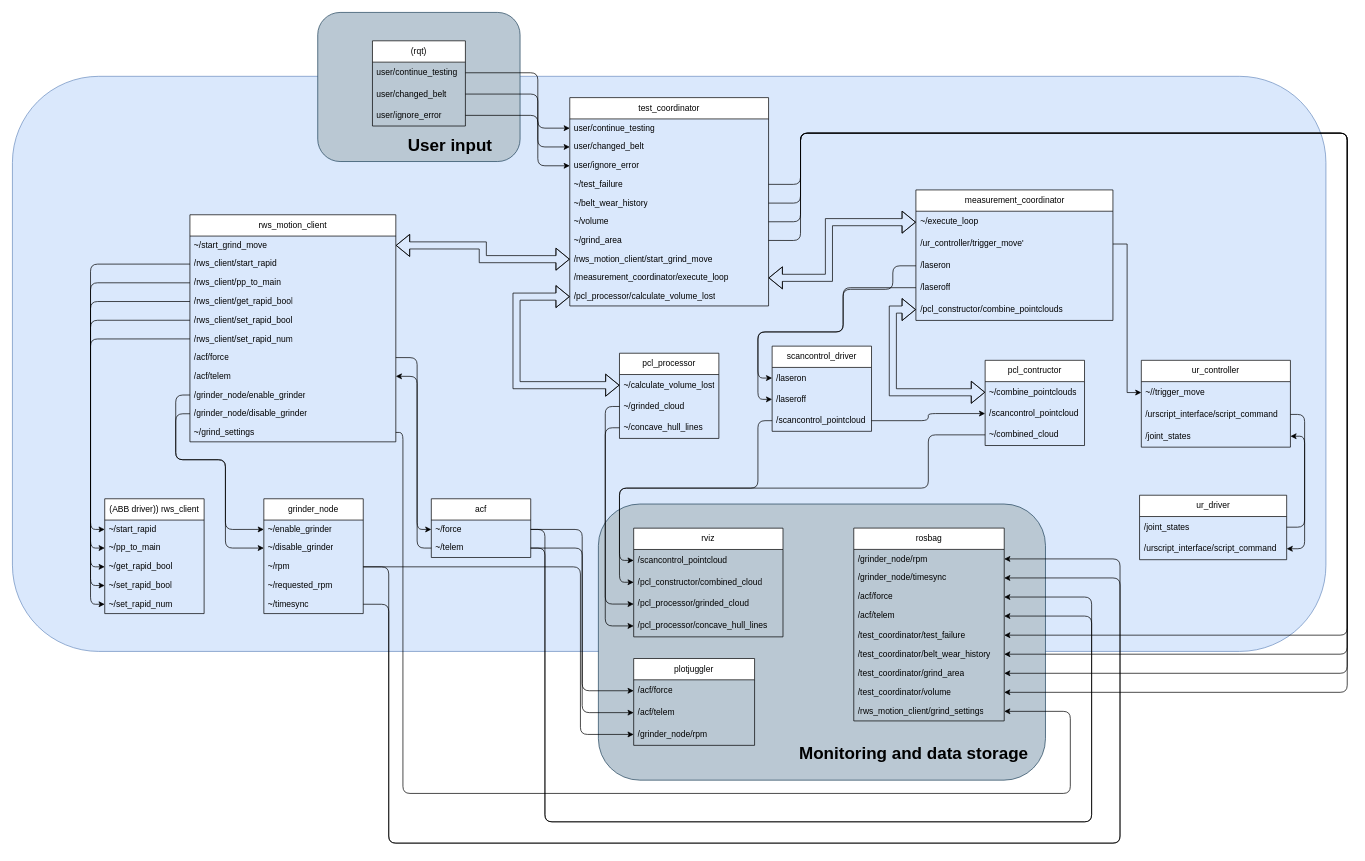
Before: OverviewV2.drawio in Luka140/drawio_graphs, a draw.io diagram. Source tidied: cells renumbered, new cells numbered last; positions are measured from the earlier drawing's top-left corner, leaving out a move shared by most shapes. Both pictures are drawn from the tidied source at 71%, with x=0, y=0 at pixel (12, 12).
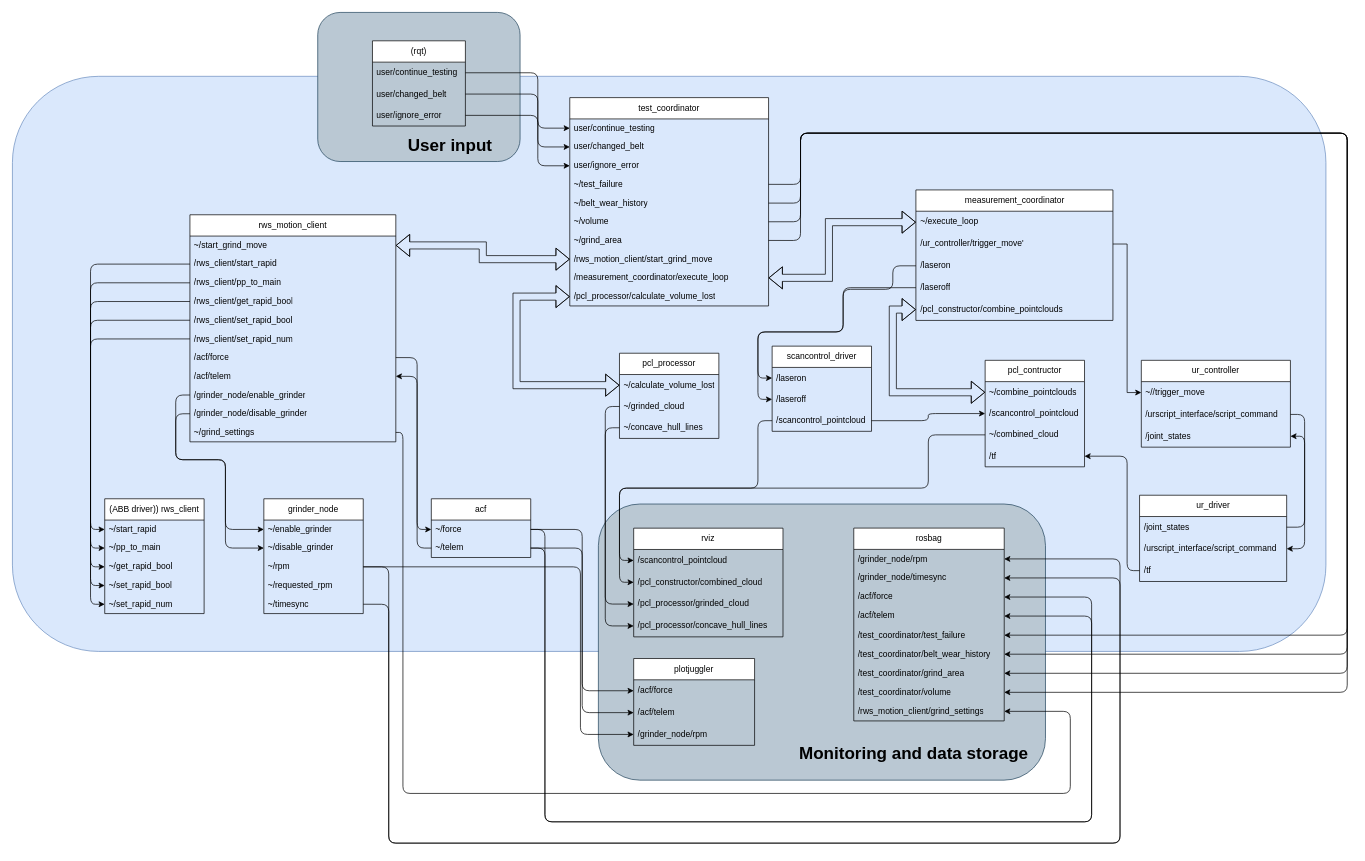
The same page after the edit.

Unchanged cells that the change refers to:
```xml
<mxCell id="55" style="group;" parent="1" vertex="1">
  <mxGeometry x="1150" y="250" width="650" height="520.8" as="geometry" />
</mxCell>
```

Diff of the diagram source:
```diff
@@
     <mxCell id="66" value="ur_driver" style="swimlane;fontStyle=0;horizontal=1;startSize=30;whiteSpace=wrap;html=1;" parent="55" vertex="1">
-      <mxGeometry x="437.5" y="430" width="207.2" height="90.8" as="geometry" />
+      <mxGeometry x="437.5" y="430" width="207.2" height="121.5" as="geometry" />
     </mxCell>
@@
+    <mxCell id="137" value="/tf" style="text;strokeColor=none;fillColor=none;align=left;verticalAlign=middle;spacingLeft=4;spacingRight=4;overflow=hidden;points=[[0,0.5],[1,0.5]];portConstraint=eastwest;whiteSpace=wrap;html=1;" parent="66" vertex="1">
+      <mxGeometry y="90.8" width="207.2" height="30.8" as="geometry" />
+    </mxCell>
     <mxCell id="69" value="pcl_contructor" style="swimlane;fontStyle=0;horizontal=1;startSize=30;whiteSpace=wrap;html=1;" parent="55" vertex="1">
-      <mxGeometry x="220" y="240" width="140" height="120" as="geometry" />
+      <mxGeometry x="220" y="240" width="140" height="150" as="geometry" />
     </mxCell>
@@
+    <mxCell id="138" value="/tf" style="text;strokeColor=none;fillColor=none;align=left;verticalAlign=middle;spacingLeft=4;spacingRight=4;overflow=hidden;points=[[0,0.5],[1,0.5]];portConstraint=eastwest;whiteSpace=wrap;html=1;" parent="69" vertex="1">
+      <mxGeometry y="120" width="140" height="30" as="geometry" />
+    </mxCell>
@@
+    <mxCell id="139" style="edgeStyle=orthogonalEdgeStyle;rounded=1;jettySize=auto;html=1;exitX=0;exitY=0.5;exitDx=0;exitDy=0;entryX=1;entryY=0.5;entryDx=0;entryDy=0;curved=0;" parent="55" edge="1" source="137" target="138">
+      <mxGeometry relative="1" as="geometry">
+        <Array as="points">
+          <mxPoint x="420" y="536" />
+          <mxPoint x="420" y="375" />
+        </Array>
+      </mxGeometry>
+    </mxCell>
```
